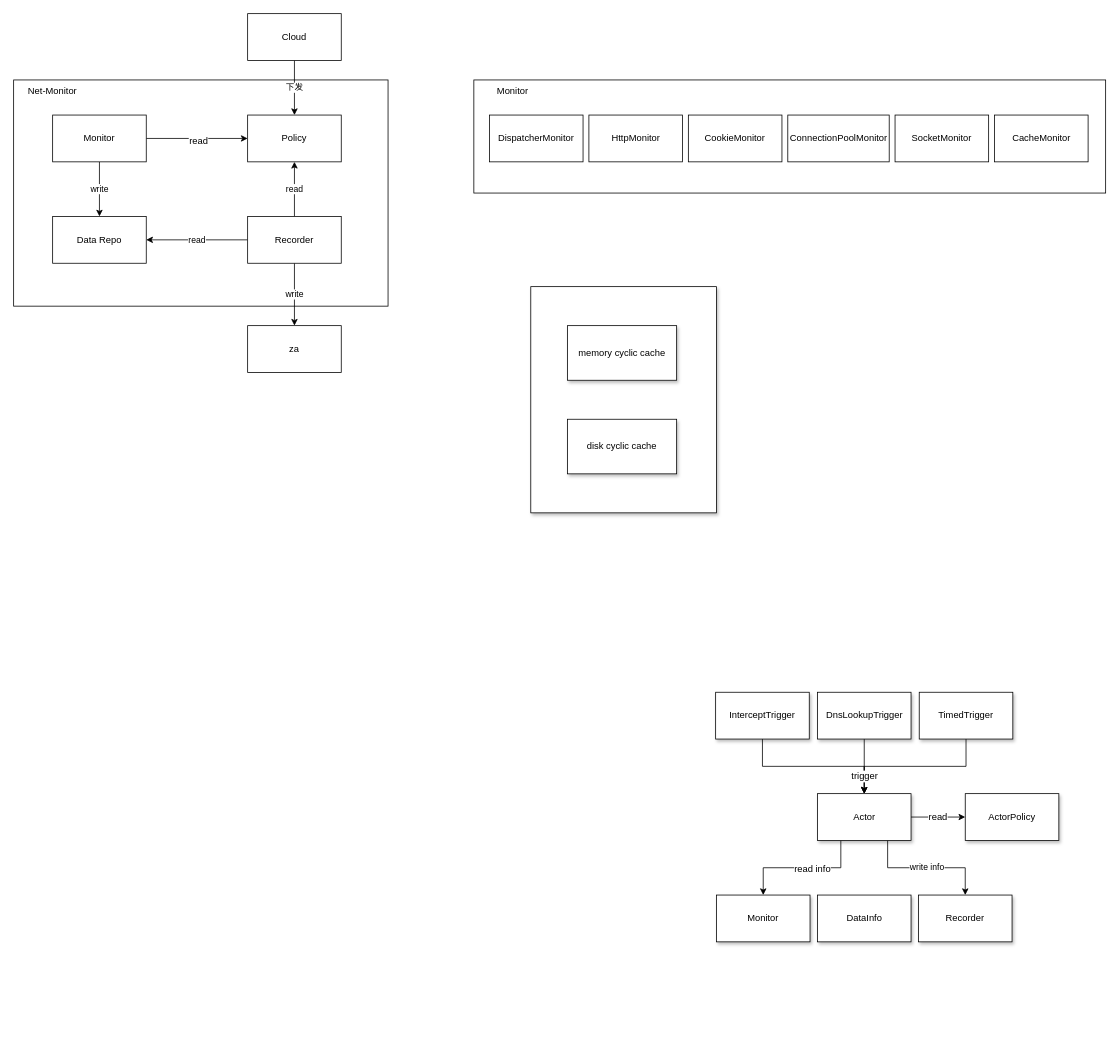
Above: okhttp_monitor.drawio in CreateChance/DrawIO (draw.io), before the change. Source tidied: cells renumbered, new cells numbered last; positions are measured from the earlier drawing's top-left corner, leaving out a move shared by most shapes. Both pictures are drawn from the tidied source at 78%, with x=0, y=0 at pixel (13, 13).
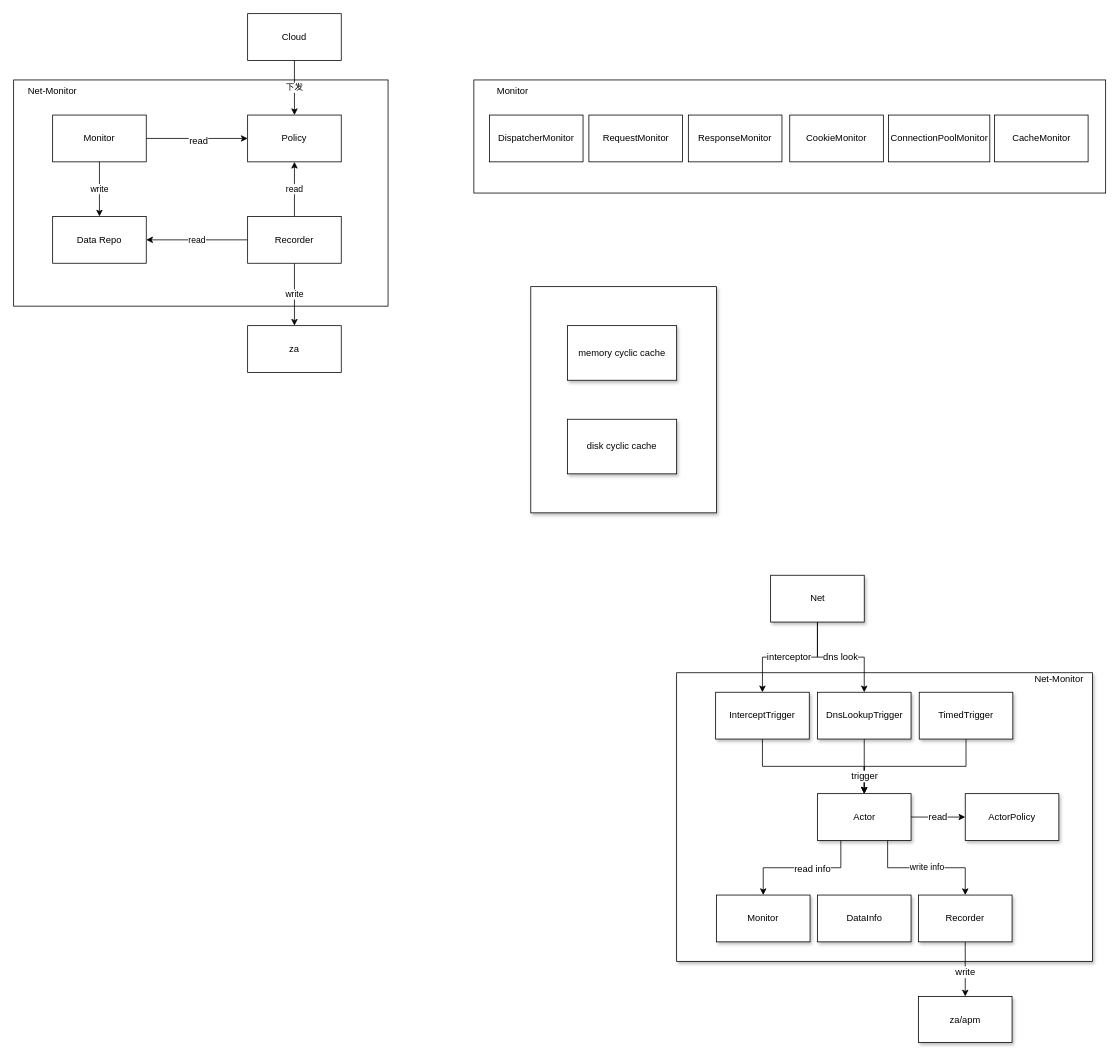
After the change.

The change refers to these unchanged cells:
```xml
<mxCell id="35" value="Recorder&lt;br&gt;" style="rounded=0;whiteSpace=wrap;html=1;shadow=1;" parent="1" vertex="1">
  <mxGeometry x="1160" y="1130" width="120" height="60" as="geometry" />
</mxCell>
<mxCell id="39" value="InterceptTrigger" style="rounded=0;whiteSpace=wrap;html=1;shadow=1;" parent="1" vertex="1">
  <mxGeometry x="900" y="870" width="120" height="60" as="geometry" />
</mxCell>
<mxCell id="41" value="DnsLookupTrigger" style="rounded=0;whiteSpace=wrap;html=1;shadow=1;" parent="1" vertex="1">
  <mxGeometry x="1030.5" y="870" width="120" height="60" as="geometry" />
</mxCell>
```

Diff of the diagram source:
```diff
@@
+    <mxCell id="45" style="rounded=0;whiteSpace=wrap;html=1;shadow=1;" parent="1" vertex="1">
+      <mxGeometry x="850" y="845" width="533" height="370" as="geometry" />
+    </mxCell>
@@
     <mxCell id="20" value="&lt;span&gt;ConnectionPoolMonitor&lt;/span&gt;" style="rounded=0;whiteSpace=wrap;html=1;" parent="1" vertex="1">
-      <mxGeometry x="992.5" y="130" width="130" height="60" as="geometry" />
+      <mxGeometry x="1121.5" y="130" width="130" height="60" as="geometry" />
     </mxCell>
-    <mxCell id="21" value="&lt;span&gt;HttpMonitor&lt;/span&gt;" style="rounded=0;whiteSpace=wrap;html=1;" parent="1" vertex="1">
+    <mxCell id="21" value="&lt;span&gt;RequestMonitor&lt;/span&gt;" style="rounded=0;whiteSpace=wrap;html=1;" parent="1" vertex="1">
       <mxGeometry x="737.5" y="130" width="120" height="60" as="geometry" />
     </mxCell>
     <mxCell id="22" value="&lt;span&gt;CookieMonitor&lt;/span&gt;" style="rounded=0;whiteSpace=wrap;html=1;" parent="1" vertex="1">
-      <mxGeometry x="865" y="130" width="120" height="60" as="geometry" />
+      <mxGeometry x="995" y="130" width="120" height="60" as="geometry" />
     </mxCell>
@@
-    <mxCell id="24" value="&lt;span&gt;SocketMonitor&lt;/span&gt;" style="rounded=0;whiteSpace=wrap;html=1;" parent="1" vertex="1">
-      <mxGeometry x="1130" y="130" width="120" height="60" as="geometry" />
+    <mxCell id="24" value="ResponseMonitor" style="rounded=0;whiteSpace=wrap;html=1;" parent="1" vertex="1">
+      <mxGeometry x="865" y="130" width="120" height="60" as="geometry" />
     </mxCell>
@@
+    <mxCell id="46" style="edgeStyle=orthogonalEdgeStyle;rounded=0;jettySize=auto;html=1;exitX=0.5;exitY=1;exitDx=0;exitDy=0;entryX=0.5;entryY=0;entryDx=0;entryDy=0;" parent="1" edge="1" source="35" target="54">
+      <mxGeometry relative="1" as="geometry" />
+    </mxCell>
+    <mxCell id="47" value="write" style="text;html=1;align=center;verticalAlign=middle;labelBackgroundColor=#ffffff;" parent="46" vertex="1">
+      <mxGeometry x="0.09" y="-1" relative="1" as="geometry" />
+    </mxCell>
@@
+    <mxCell id="48" value="Net-Monitor" style="text;html=1;strokeColor=none;fillColor=none;align=center;verticalAlign=middle;whiteSpace=wrap;rounded=0;shadow=1;" parent="1" vertex="1">
+      <mxGeometry x="1300.5" y="845" width="79" height="15" as="geometry" />
+    </mxCell>
+    <mxCell id="49" style="edgeStyle=orthogonalEdgeStyle;rounded=0;jettySize=auto;html=1;exitX=0.5;exitY=1;exitDx=0;exitDy=0;entryX=0.5;entryY=0;entryDx=0;entryDy=0;" parent="1" edge="1" source="53" target="39">
+      <mxGeometry relative="1" as="geometry" />
+    </mxCell>
+    <mxCell id="50" value="interceptor" style="text;html=1;align=center;verticalAlign=middle;labelBackgroundColor=#ffffff;" parent="49" vertex="1">
+      <mxGeometry x="0.12" y="-1" relative="1" as="geometry">
+        <mxPoint x="8" as="offset" />
+      </mxGeometry>
+    </mxCell>
+    <mxCell id="51" style="edgeStyle=orthogonalEdgeStyle;rounded=0;jettySize=auto;html=1;exitX=0.5;exitY=1;exitDx=0;exitDy=0;" parent="1" edge="1" source="53" target="41">
+      <mxGeometry relative="1" as="geometry" />
+    </mxCell>
+    <mxCell id="52" value="dns look" style="text;html=1;align=center;verticalAlign=middle;labelBackgroundColor=#ffffff;" parent="51" vertex="1">
+      <mxGeometry x="-0.12" y="3" relative="1" as="geometry">
+        <mxPoint x="8" y="2" as="offset" />
+      </mxGeometry>
+    </mxCell>
+    <mxCell id="53" value="Net" style="rounded=0;whiteSpace=wrap;html=1;shadow=1;" parent="1" vertex="1">
+      <mxGeometry x="970.5" y="720" width="120" height="60" as="geometry" />
+    </mxCell>
+    <mxCell id="54" value="za/apm" style="rounded=0;whiteSpace=wrap;html=1;shadow=1;" parent="1" vertex="1">
+      <mxGeometry x="1160" y="1260" width="120" height="59" as="geometry" />
+    </mxCell>
```
